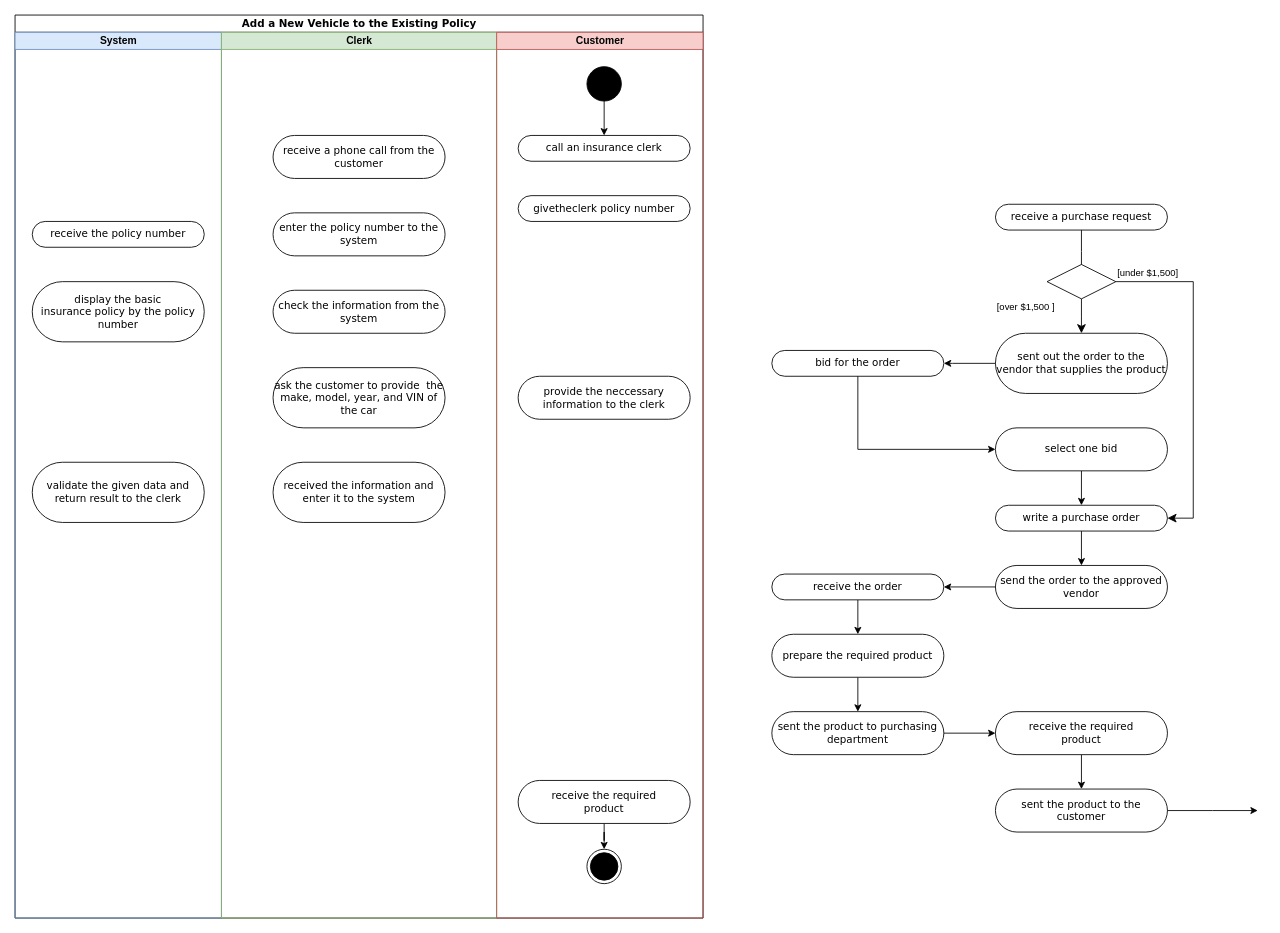
Earlier version of the draw.io diagram T1Q2.drawio (tautauon/AHH). Source tidied: cells renumbered, new cells numbered last; positions are measured from the earlier drawing's top-left corner, leaving out a move shared by most shapes. Both pictures are drawn from the tidied source at 86%, with x=0, y=0 at pixel (15, 15).
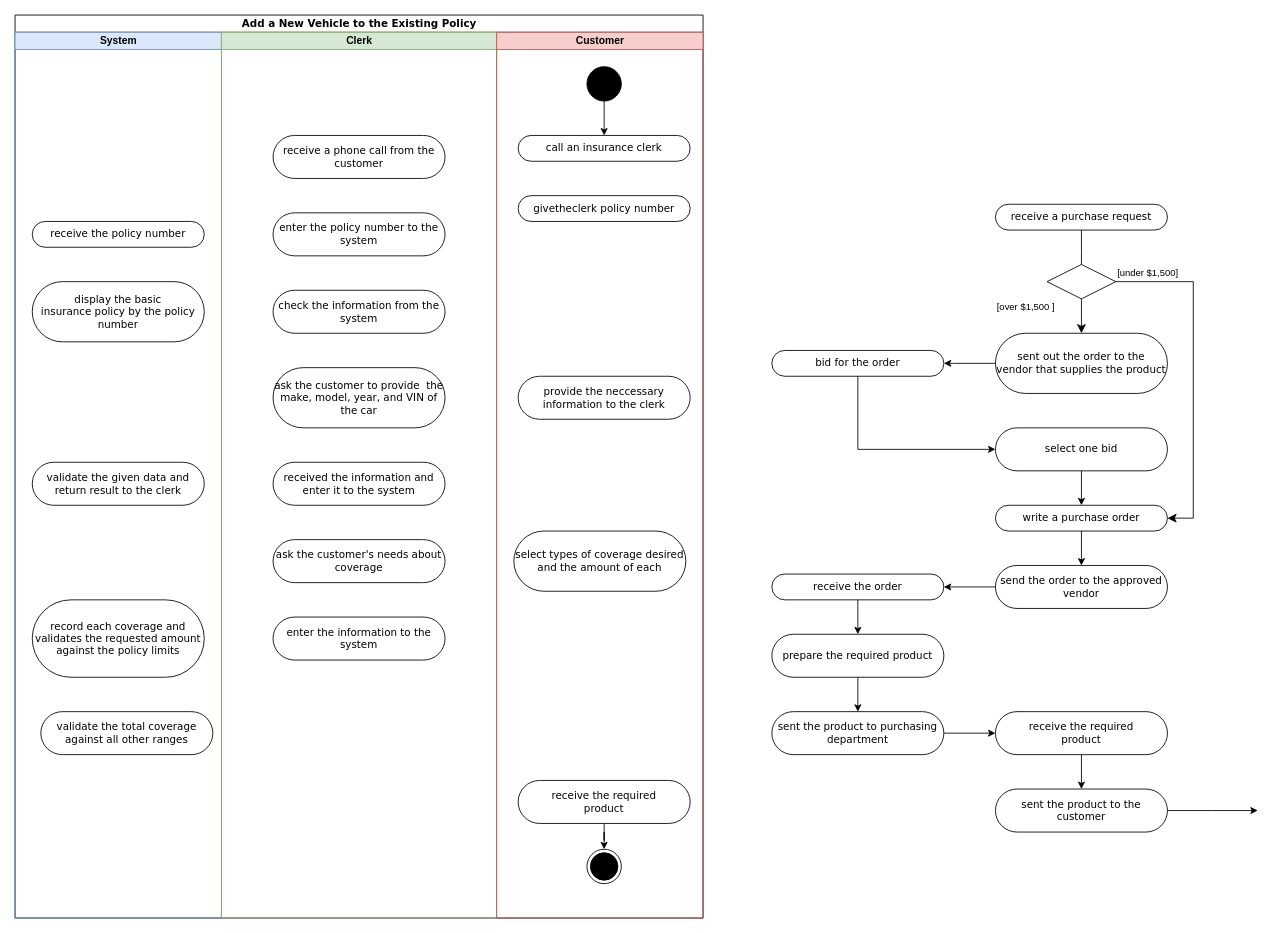
Above is the later version.

Unchanged cells that the change refers to:
```xml
<mxCell id="3" value="System" style="swimlane;html=1;startSize=20;fillColor=#dae8fc;strokeColor=#6c8ebf;" parent="2" vertex="1">
  <mxGeometry y="20" width="240" height="1030" as="geometry" />
</mxCell>
<mxCell id="7" value="Clerk" style="swimlane;html=1;startSize=20;fillColor=#d5e8d4;strokeColor=#82b366;" parent="2" vertex="1">
  <mxGeometry x="240" y="20" width="320" height="1030" as="geometry" />
</mxCell>
<mxCell id="13" value="Customer" style="swimlane;html=1;startSize=20;fillColor=#f8cecc;strokeColor=#b85450;" parent="2" vertex="1">
  <mxGeometry x="560" y="20" width="240" height="1030" as="geometry" />
</mxCell>
```

Change to the diagram source:
```diff
@@
     <mxCell id="6" value="validate the given data and return result to the clerk" style="rounded=1;whiteSpace=wrap;html=1;shadow=0;comic=0;labelBackgroundColor=none;strokeWidth=1;fontFamily=Verdana;fontSize=12;align=center;arcSize=50;" parent="3" vertex="1">
-      <mxGeometry x="20" y="500" width="200" height="70" as="geometry" />
+      <mxGeometry x="20" y="500" width="200" height="50" as="geometry" />
     </mxCell>
+    <mxCell id="47" value="record each coverage and validates the requested amount against the policy limits" style="rounded=1;whiteSpace=wrap;html=1;shadow=0;comic=0;labelBackgroundColor=none;strokeWidth=1;fontFamily=Verdana;fontSize=12;align=center;arcSize=50;" parent="3" vertex="1">
+      <mxGeometry x="20" y="660" width="200" height="90" as="geometry" />
+    </mxCell>
+    <mxCell id="48" value="validate the total coverage against all other ranges" style="rounded=1;whiteSpace=wrap;html=1;shadow=0;comic=0;labelBackgroundColor=none;strokeWidth=1;fontFamily=Verdana;fontSize=12;align=center;arcSize=50;" parent="3" vertex="1">
+      <mxGeometry x="30" y="790" width="200" height="50" as="geometry" />
+    </mxCell>
@@
     <mxCell id="12" value="received the information and enter it to the system" style="rounded=1;whiteSpace=wrap;html=1;shadow=0;comic=0;labelBackgroundColor=none;strokeWidth=1;fontFamily=Verdana;fontSize=12;align=center;arcSize=50;" parent="7" vertex="1">
-      <mxGeometry x="60" y="500" width="200" height="70" as="geometry" />
+      <mxGeometry x="60" y="500" width="200" height="50" as="geometry" />
     </mxCell>
+    <mxCell id="49" value="ask the customer's needs about coverage" style="rounded=1;whiteSpace=wrap;html=1;shadow=0;comic=0;labelBackgroundColor=none;strokeWidth=1;fontFamily=Verdana;fontSize=12;align=center;arcSize=50;" parent="7" vertex="1">
+      <mxGeometry x="60" y="590" width="200" height="50" as="geometry" />
+    </mxCell>
+    <mxCell id="50" value="enter the information to the system" style="rounded=1;whiteSpace=wrap;html=1;shadow=0;comic=0;labelBackgroundColor=none;strokeWidth=1;fontFamily=Verdana;fontSize=12;align=center;arcSize=50;" parent="7" vertex="1">
+      <mxGeometry x="60" y="680" width="200" height="50" as="geometry" />
+    </mxCell>
@@
+    <mxCell id="51" value="select types of coverage desired &lt;br&gt;and the amount of each" style="rounded=1;whiteSpace=wrap;html=1;shadow=0;comic=0;labelBackgroundColor=none;strokeWidth=1;fontFamily=Verdana;fontSize=12;align=center;arcSize=50;" parent="13" vertex="1">
+      <mxGeometry x="20" y="580" width="200" height="70" as="geometry" />
+    </mxCell>
```
